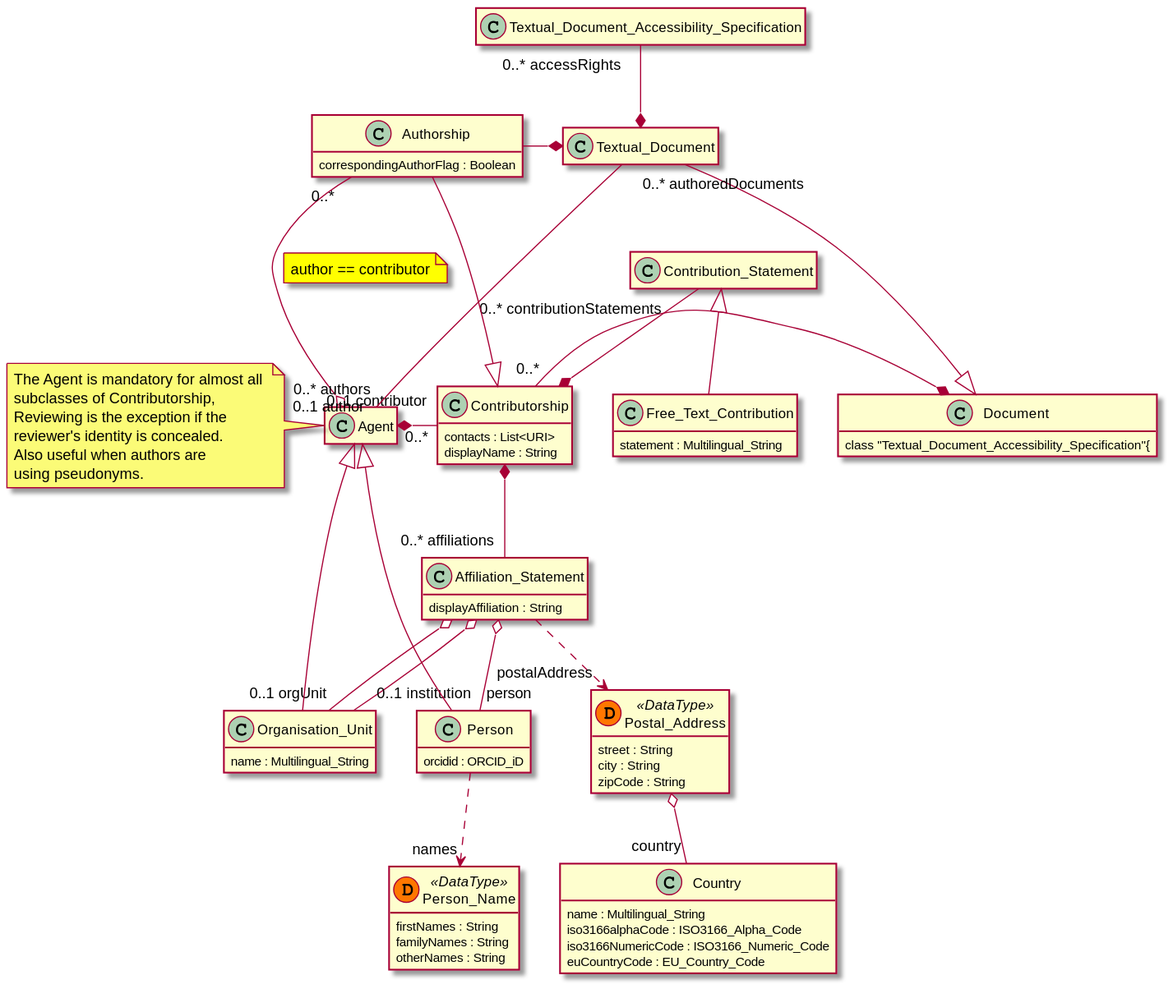
EuroCRIS/CERIF-ScholarlyPublicationsModule keeps this PlantUML diagram as diagrams/core.svg. Above is the earlier version.
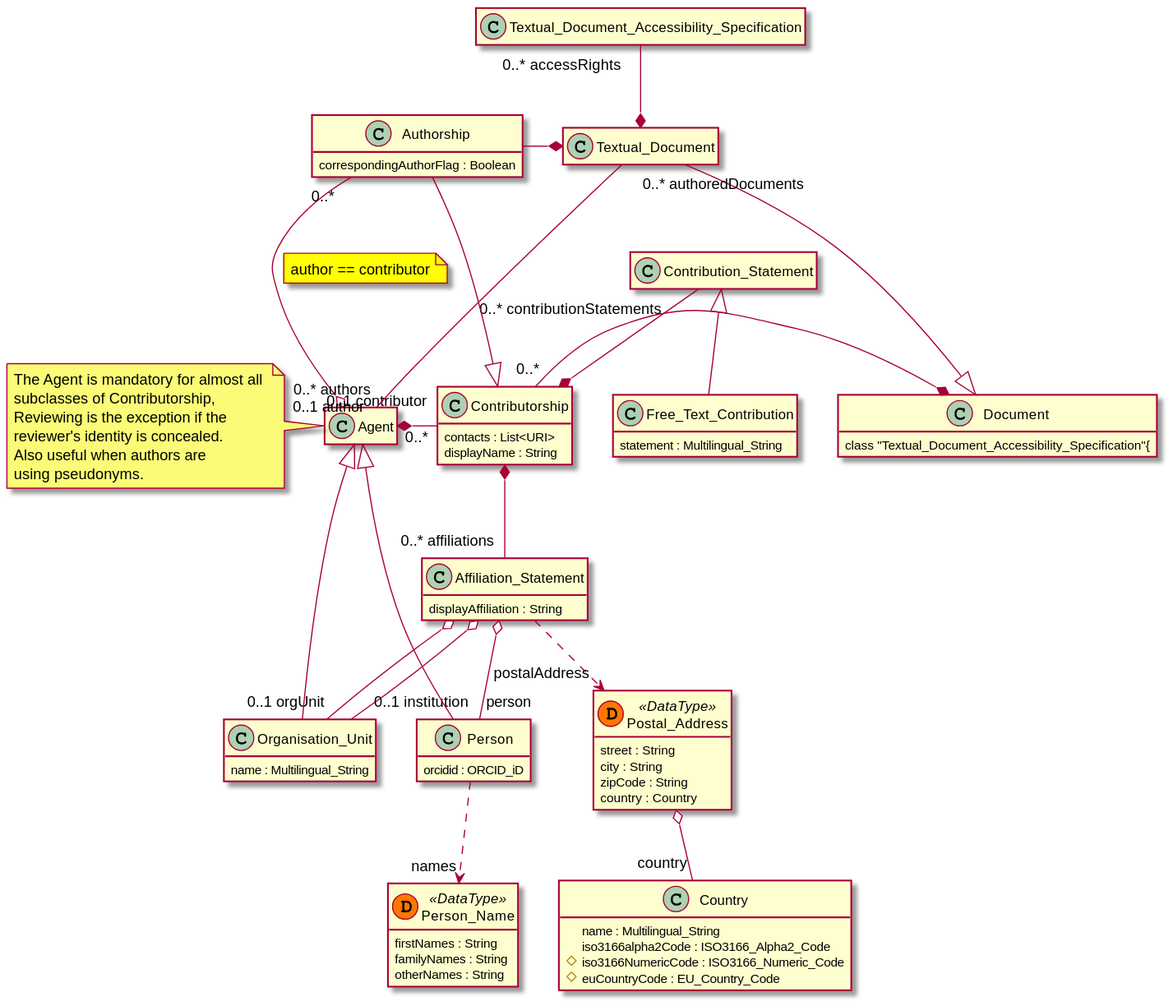
Later version of the same file.

Diff of the diagram source:
```diff
@@ -6,9 +6,9 @@
 
     !startsub Document
     class "Document"{
+        DOI : DOI_Type
         title : Multilingual_String
         publicationDate : Date
-        DOI : DOI_Type
     }
     class "Textual_Document"{
     }
@@ -52,12 +52,13 @@
         street : String
         city : String
         zipCode : String
+        country : Country
     }
     class "Country"{
         name : Multilingual_String
-        iso3166alphaCode : ISO3166_Alpha_Code
-        iso3166NumericCode : ISO3166_Numeric_Code
-        euCountryCode : EU_Country_Code
+        iso3166alpha2Code : ISO3166_Alpha2_Code
+        # iso3166NumericCode : ISO3166_Numeric_Code
+        # euCountryCode : EU_Country_Code
     }
     "Postal_Address" o-- "country" "Country"
     "Affiliation_Statement" ..> "postalAddress" "Postal_Address"
```
